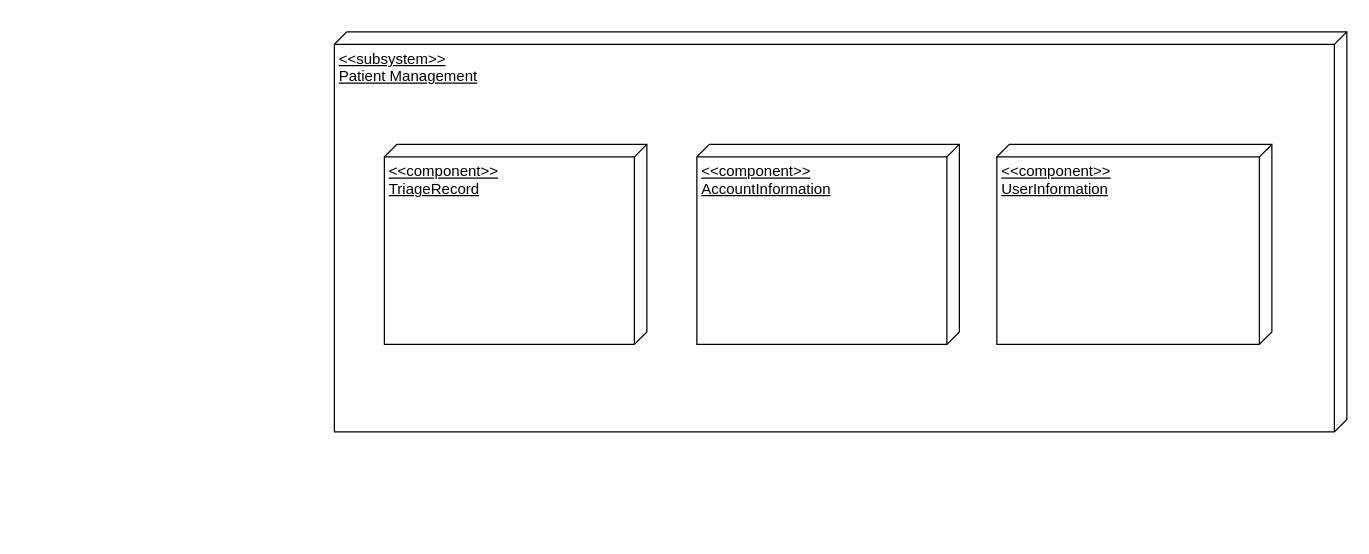
Before: patient_management_dc.drawio in uvic-teach/project-m1-team8, a draw.io diagram. Source tidied: cells renumbered, new cells numbered last; positions are measured from the earlier drawing's top-left corner, leaving out a move shared by most shapes. Both pictures are drawn from the tidied source at 125%, with x=0, y=0 at pixel (334, 31).
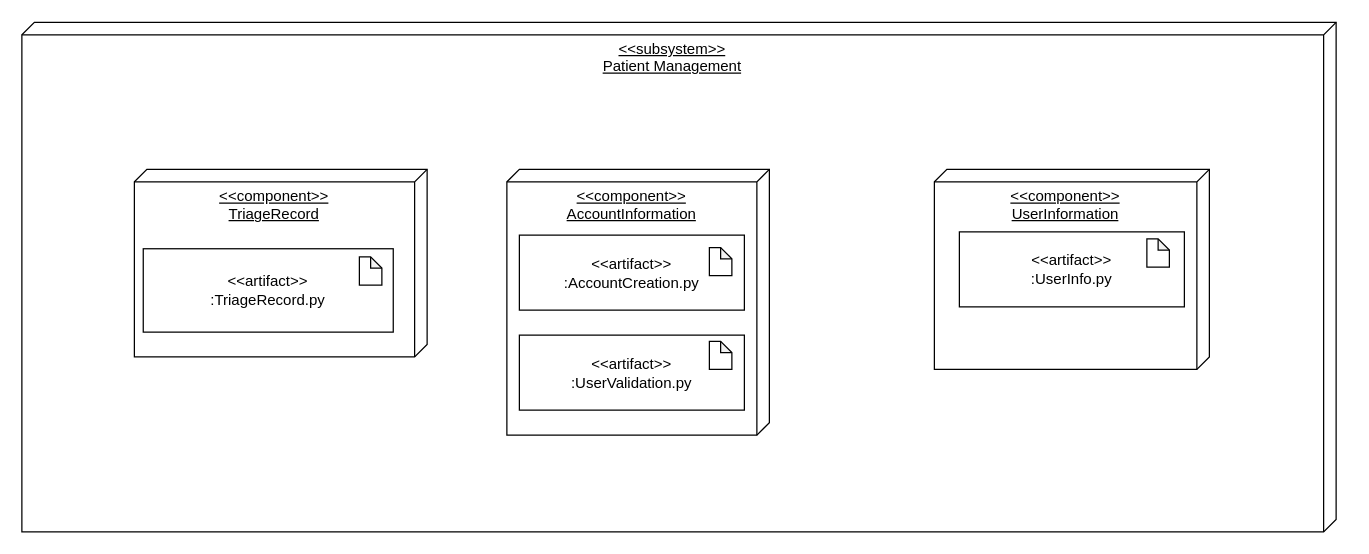
Above is the later version.

Diff of the diagram source:
```diff
@@
 <mxGraphModel>
   <root>
     <mxCell id="0" />
     <mxCell id="1" parent="0" />
-    <mxCell id="2" value="&amp;lt;&amp;lt;subsystem&amp;gt;&amp;gt; &lt;br&gt;Patient Management" style="verticalAlign=top;align=left;spacingTop=8;spacingLeft=2;spacingRight=12;shape=cube;size=10;direction=south;fontStyle=4;html=1;whiteSpace=wrap;" parent="1" vertex="1">
-      <mxGeometry width="810" height="320" as="geometry" />
+    <mxCell id="2" value="&amp;lt;&amp;lt;subsystem&amp;gt;&amp;gt; &lt;br&gt;Patient Management" style="verticalAlign=top;align=center;spacingTop=8;spacingLeft=2;spacingRight=12;shape=cube;size=10;direction=south;fontStyle=4;html=1;whiteSpace=wrap;" parent="1" vertex="1">
+      <mxGeometry x="-250" y="-7.6" width="1051.4" height="407.6" as="geometry" />
     </mxCell>
-    <mxCell id="3" value="&amp;lt;&amp;lt;component&amp;gt;&amp;gt;&lt;br&gt;TriageRecord" style="verticalAlign=top;align=left;spacingTop=8;spacingLeft=2;spacingRight=12;shape=cube;size=10;direction=south;fontStyle=4;html=1;whiteSpace=wrap;" parent="1" vertex="1">
-      <mxGeometry x="40" y="90" width="210" height="160" as="geometry" />
+    <mxCell id="3" value="&amp;lt;&amp;lt;component&amp;gt;&amp;gt;&lt;br&gt;TriageRecord" style="verticalAlign=top;align=center;spacingTop=8;spacingLeft=2;spacingRight=12;shape=cube;size=10;direction=south;fontStyle=4;html=1;whiteSpace=wrap;" parent="1" vertex="1">
+      <mxGeometry x="-160" y="110" width="234.2" height="150" as="geometry" />
     </mxCell>
-    <mxCell id="4" value="&amp;lt;&amp;lt;component&amp;gt;&amp;gt;&lt;br&gt;UserInformation" style="verticalAlign=top;align=left;spacingTop=8;spacingLeft=2;spacingRight=12;shape=cube;size=10;direction=south;fontStyle=4;html=1;whiteSpace=wrap;" parent="1" vertex="1">
-      <mxGeometry x="530" y="90" width="220" height="160" as="geometry" />
+    <mxCell id="4" value="&amp;lt;&amp;lt;component&amp;gt;&amp;gt;&lt;br&gt;UserInformation" style="verticalAlign=top;align=center;spacingTop=8;spacingLeft=2;spacingRight=12;shape=cube;size=10;direction=south;fontStyle=4;html=1;whiteSpace=wrap;" parent="1" vertex="1">
+      <mxGeometry x="480" y="110" width="220" height="160" as="geometry" />
     </mxCell>
-    <mxCell id="5" value="&amp;lt;&amp;lt;component&amp;gt;&amp;gt;&lt;br&gt;AccountInformation" style="verticalAlign=top;align=left;spacingTop=8;spacingLeft=2;spacingRight=12;shape=cube;size=10;direction=south;fontStyle=4;html=1;whiteSpace=wrap;" parent="1" vertex="1">
-      <mxGeometry x="290" y="90" width="210" height="160" as="geometry" />
+    <mxCell id="5" value="&amp;lt;&amp;lt;component&amp;gt;&amp;gt;&lt;br&gt;AccountInformation" style="verticalAlign=top;align=center;spacingTop=8;spacingLeft=2;spacingRight=12;shape=cube;size=10;direction=south;fontStyle=4;html=1;whiteSpace=wrap;" parent="1" vertex="1">
+      <mxGeometry x="138" y="110" width="210" height="212.6" as="geometry" />
     </mxCell>
+    <mxCell id="6" value="&amp;lt;&amp;lt;artifact&amp;gt;&amp;gt;&lt;br&gt;:TriageRecord.py" style="rounded=0;whiteSpace=wrap;html=1;" parent="1" vertex="1">
+      <mxGeometry x="-152.9" y="173.5" width="200" height="66.7" as="geometry" />
+    </mxCell>
+    <mxCell id="7" value="&amp;lt;&amp;lt;artifact&amp;gt;&amp;gt;&lt;br&gt;:AccountCreation.py" style="rounded=0;whiteSpace=wrap;html=1;" parent="1" vertex="1">
+      <mxGeometry x="148" y="162.6" width="180" height="60" as="geometry" />
+    </mxCell>
+    <mxCell id="8" value="&amp;lt;&amp;lt;artifact&amp;gt;&amp;gt;&lt;br&gt;:UserInfo.py" style="rounded=0;whiteSpace=wrap;html=1;" parent="1" vertex="1">
+      <mxGeometry x="500" y="160" width="180" height="60" as="geometry" />
+    </mxCell>
+    <mxCell id="9" value="&amp;lt;&amp;lt;artifact&amp;gt;&amp;gt;&lt;br&gt;:UserValidation.py" style="rounded=0;whiteSpace=wrap;html=1;" parent="1" vertex="1">
+      <mxGeometry x="148" y="242.6" width="180" height="60" as="geometry" />
+    </mxCell>
+    <mxCell id="10" style="shape=note;whiteSpace=wrap;html=1;backgroundOutline=1;darkOpacity=0.05;size=9;" parent="1" vertex="1">
+      <mxGeometry x="20" y="180" width="18" height="22.5" as="geometry" />
+    </mxCell>
+    <mxCell id="11" style="shape=note;whiteSpace=wrap;html=1;backgroundOutline=1;darkOpacity=0.05;size=9;" parent="1" vertex="1">
+      <mxGeometry x="300" y="172.5" width="18" height="22.5" as="geometry" />
+    </mxCell>
+    <mxCell id="12" style="shape=note;whiteSpace=wrap;html=1;backgroundOutline=1;darkOpacity=0.05;size=9;" parent="1" vertex="1">
+      <mxGeometry x="300" y="247.5" width="18" height="22.5" as="geometry" />
+    </mxCell>
+    <mxCell id="13" style="shape=note;whiteSpace=wrap;html=1;backgroundOutline=1;darkOpacity=0.05;size=9;" parent="1" vertex="1">
+      <mxGeometry x="650" y="165.6" width="18" height="22.5" as="geometry" />
+    </mxCell>
   </root>
 </mxGraphModel>
```
